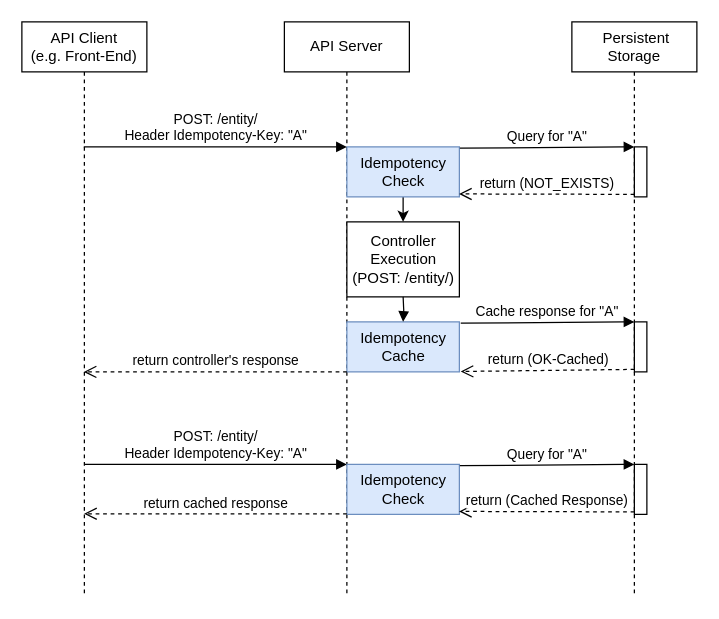
Before: etc/IdempotentAPI_FlowExample.drawio in ikyriak/IdempotentAPI, a draw.io diagram. Source tidied: cells renumbered, new cells numbered last; positions are measured from the earlier drawing's top-left corner, leaving out a move shared by most shapes. Both pictures are drawn from the tidied source at 125%, with x=0, y=0 at pixel (21, 21).
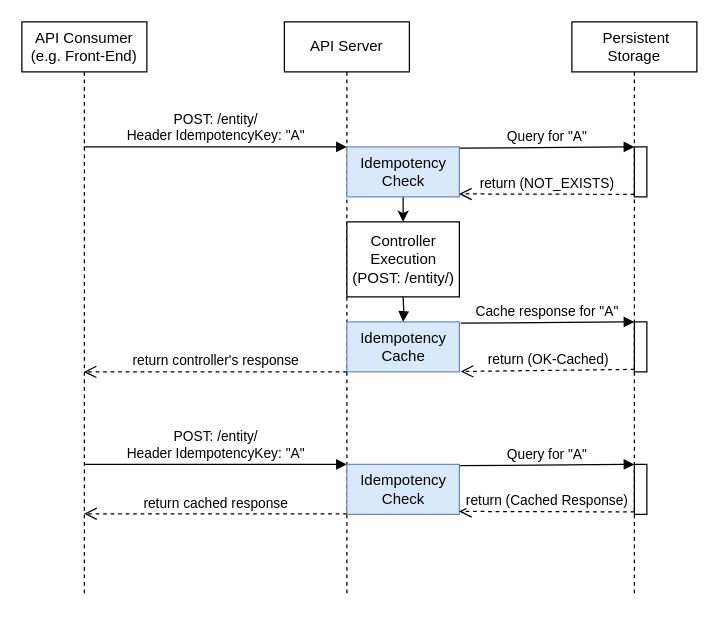
The same page after the edit.

The change refers to these unchanged cells:
```xml
<mxCell id="5" value="&lt;div&gt;Idempotency&lt;/div&gt;&lt;div&gt;Check&lt;/div&gt;" style="html=1;points=[];perimeter=orthogonalPerimeter;fillColor=#dae8fc;strokeColor=#6c8ebf;" parent="1" vertex="1">
  <mxGeometry x="260" y="100" width="90" height="40" as="geometry" />
</mxCell>
```

Diff of the diagram source:
```diff
@@
-    <mxCell id="2" value="&lt;div&gt;API Client&lt;/div&gt;&lt;div&gt;(e.g. Front-End)&lt;/div&gt;" style="shape=umlLifeline;perimeter=lifelinePerimeter;whiteSpace=wrap;html=1;outlineConnect=0;" parent="1" vertex="1">
+    <mxCell id="2" value="&lt;div&gt;API Consumer&lt;/div&gt;&lt;div&gt;(e.g. Front-End)&lt;/div&gt;" style="shape=umlLifeline;perimeter=lifelinePerimeter;whiteSpace=wrap;html=1;outlineConnect=0;" parent="1" vertex="1">
       <mxGeometry width="100" height="460" as="geometry" />
     </mxCell>
@@
-    <mxCell id="7" value="&lt;div&gt;POST: /entity/&lt;/div&gt;Header Idempotency-Key: &quot;A&quot;" style="html=1;verticalAlign=bottom;endArrow=block;entryX=0;entryY=0;" parent="1" edge="1" source="2" target="5">
+    <mxCell id="7" value="&lt;div&gt;POST: /entity/&lt;/div&gt;Header IdempotencyKey: &quot;A&quot;" style="html=1;verticalAlign=bottom;endArrow=block;entryX=0;entryY=0;" parent="1" edge="1" source="2" target="5">
       <mxGeometry relative="1" as="geometry" />
     </mxCell>
@@
-    <mxCell id="18" value="&lt;div&gt;POST: /entity/&lt;/div&gt;Header Idempotency-Key: &quot;A&quot;" style="html=1;verticalAlign=bottom;endArrow=block;entryX=0;entryY=0;" parent="1" edge="1">
+    <mxCell id="18" value="&lt;div&gt;POST: /entity/&lt;/div&gt;Header IdempotencyKey: &quot;A&quot;" style="html=1;verticalAlign=bottom;endArrow=block;entryX=0;entryY=0;" parent="1" edge="1">
       <mxGeometry relative="1" as="geometry">
         <mxPoint x="49.8" y="354" as="sourcePoint" />
         <mxPoint x="260" y="354" as="targetPoint" />
       </mxGeometry>
     </mxCell>
```
